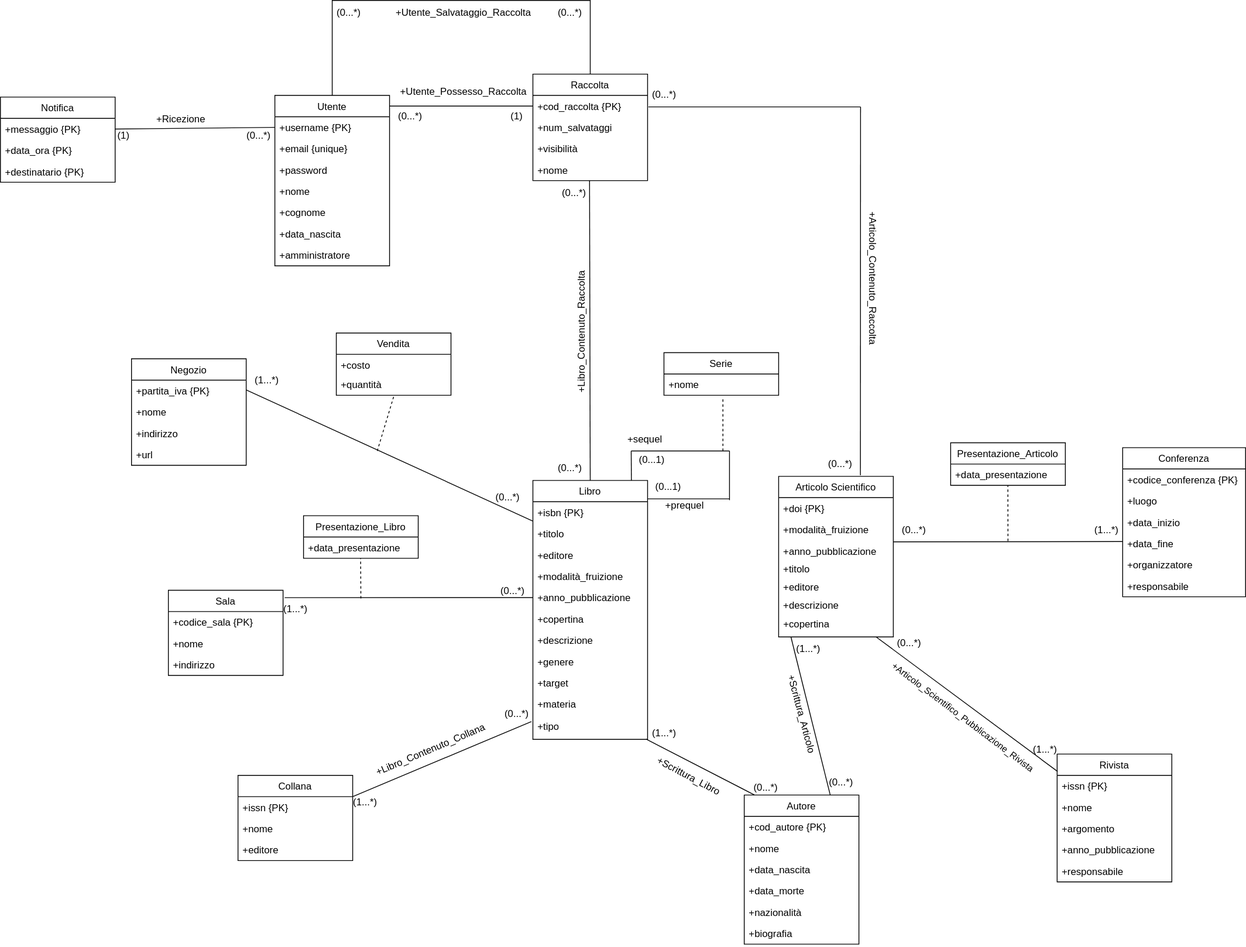
This is progettazione_concettuale/Modello_Concettuale_Ristrutturato_UML.drawio.svg from m3tt0/Progetto_OB_BASI, a draw.io export, as it was before one commit. Source tidied: cells renumbered, new cells last; positions are measured from the earlier drawing's top-left corner, leaving out a move shared by most shapes.
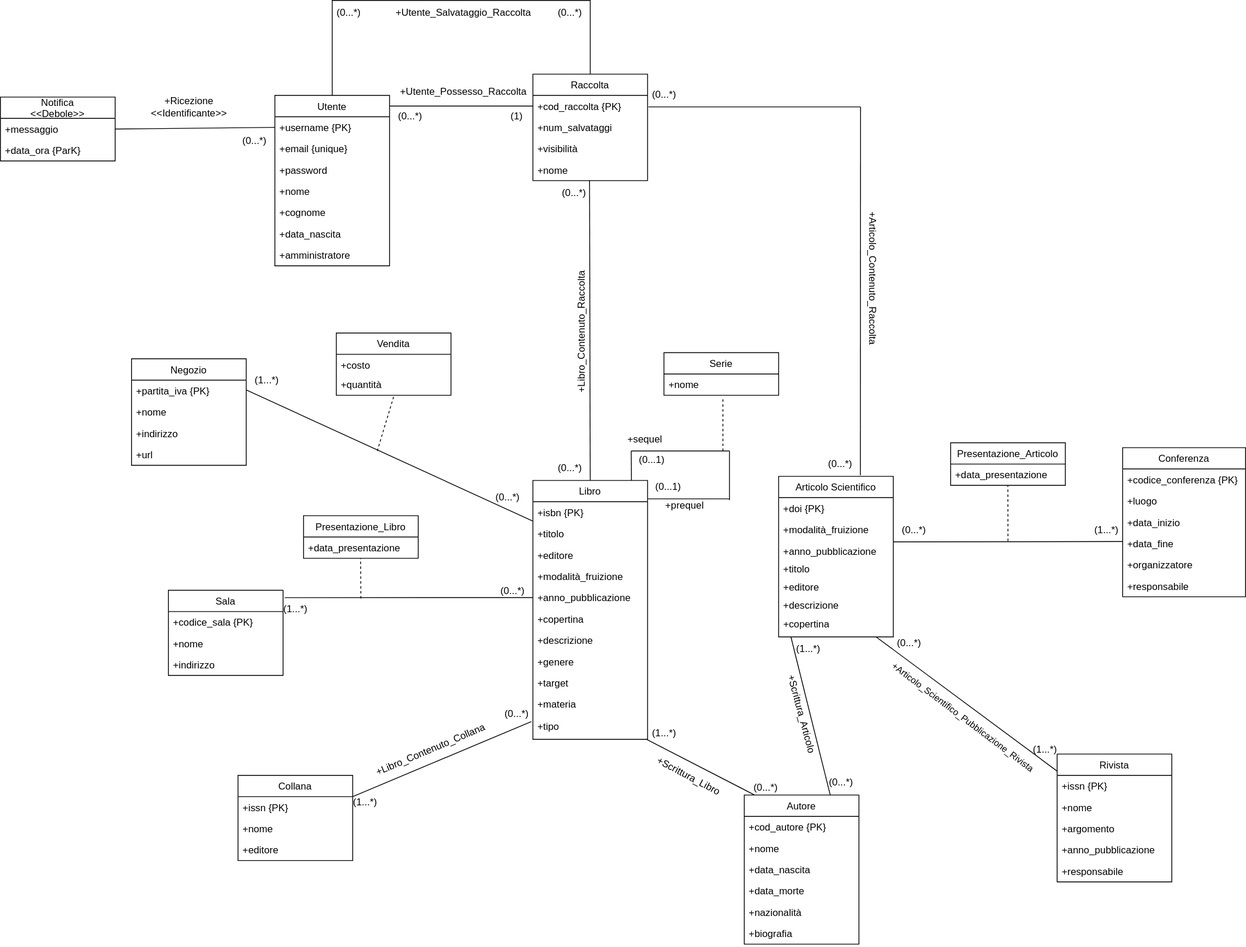
Above is the later version.

Diff of the diagram source:
```diff
@@ -311,26 +311,20 @@
     <mxCell id="99" style="endArrow=none;html=1;rounded=0;entryX=0;entryY=0.5;entryDx=0;entryDy=0;exitX=1;exitY=0.5;exitDx=0;exitDy=0;" parent="1" edge="1" source="101" target="92">
       <mxGeometry relative="1" as="geometry" />
     </mxCell>
-    <mxCell id="100" value="Notifica" style="swimlane;fontStyle=0;horizontal=1;startSize=26;fillColor=none;" parent="1" vertex="1">
-      <mxGeometry y="118" width="140" height="104" as="geometry" />
+    <mxCell id="100" value="Notifica&#10;&lt;&lt;Debole&gt;&gt;" style="swimlane;fontStyle=0;horizontal=1;startSize=26;fillColor=none;" parent="1" vertex="1">
+      <mxGeometry y="118" width="140" height="78" as="geometry" />
     </mxCell>
-    <mxCell id="101" value="+messaggio {PK}" style="text;strokeColor=none;fillColor=none;align=left;verticalAlign=top;spacingLeft=4;spacingRight=4;overflow=hidden;points=[[0,0.5],[1,0.5]];portConstraint=eastwest;" parent="100" vertex="1">
+    <mxCell id="101" value="+messaggio" style="text;strokeColor=none;fillColor=none;align=left;verticalAlign=top;spacingLeft=4;spacingRight=4;overflow=hidden;points=[[0,0.5],[1,0.5]];portConstraint=eastwest;" parent="100" vertex="1">
       <mxGeometry y="26" width="140" height="26" as="geometry" />
     </mxCell>
-    <mxCell id="102" value="+data_ora {PK}" style="text;strokeColor=none;fillColor=none;align=left;verticalAlign=top;spacingLeft=4;spacingRight=4;overflow=hidden;" parent="100" vertex="1">
+    <mxCell id="102" value="+data_ora {ParK}" style="text;strokeColor=none;fillColor=none;align=left;verticalAlign=top;spacingLeft=4;spacingRight=4;overflow=hidden;" parent="100" vertex="1">
       <mxGeometry y="52" width="140" height="26" as="geometry" />
     </mxCell>
-    <mxCell id="103" value="+destinatario {PK}" style="text;strokeColor=none;fillColor=none;align=left;verticalAlign=top;spacingLeft=4;spacingRight=4;overflow=hidden;" parent="100" vertex="1">
-      <mxGeometry y="78" width="140" height="26" as="geometry" />
-    </mxCell>
-    <mxCell id="104" value="(1)" style="text;html=1;align=center;verticalAlign=middle;strokeColor=none;fillColor=none;" parent="1" vertex="1">
-      <mxGeometry x="130" y="150" width="40" height="30" as="geometry" />
-    </mxCell>
     <mxCell id="105" value="(0...*)" style="text;html=1;align=center;verticalAlign=middle;strokeColor=none;fillColor=none;" parent="1" vertex="1">
-      <mxGeometry x="290" y="150" width="50" height="30" as="geometry" />
+      <mxGeometry x="285" y="157" width="50" height="30" as="geometry" />
     </mxCell>
-    <mxCell id="106" value="+Ricezione" style="text;html=1;align=center;verticalAlign=middle;strokeColor=none;fillColor=none;rotation=0;" parent="1" vertex="1">
-      <mxGeometry x="180" y="130" width="80" height="30" as="geometry" />
+    <mxCell id="106" value="+Ricezione&lt;br&gt;&amp;lt;&amp;lt;Identificante&amp;gt;&amp;gt;" style="text;html=1;align=center;verticalAlign=middle;strokeColor=none;fillColor=none;rotation=0;" parent="1" vertex="1">
+      <mxGeometry x="170" y="110" width="120" height="40" as="geometry" />
     </mxCell>
     <mxCell id="107" value="Raccolta" style="swimlane;fontStyle=0;horizontal=1;startSize=26;fillColor=none;" parent="1" vertex="1">
       <mxGeometry x="650" y="90" width="140" height="130" as="geometry" />
```
